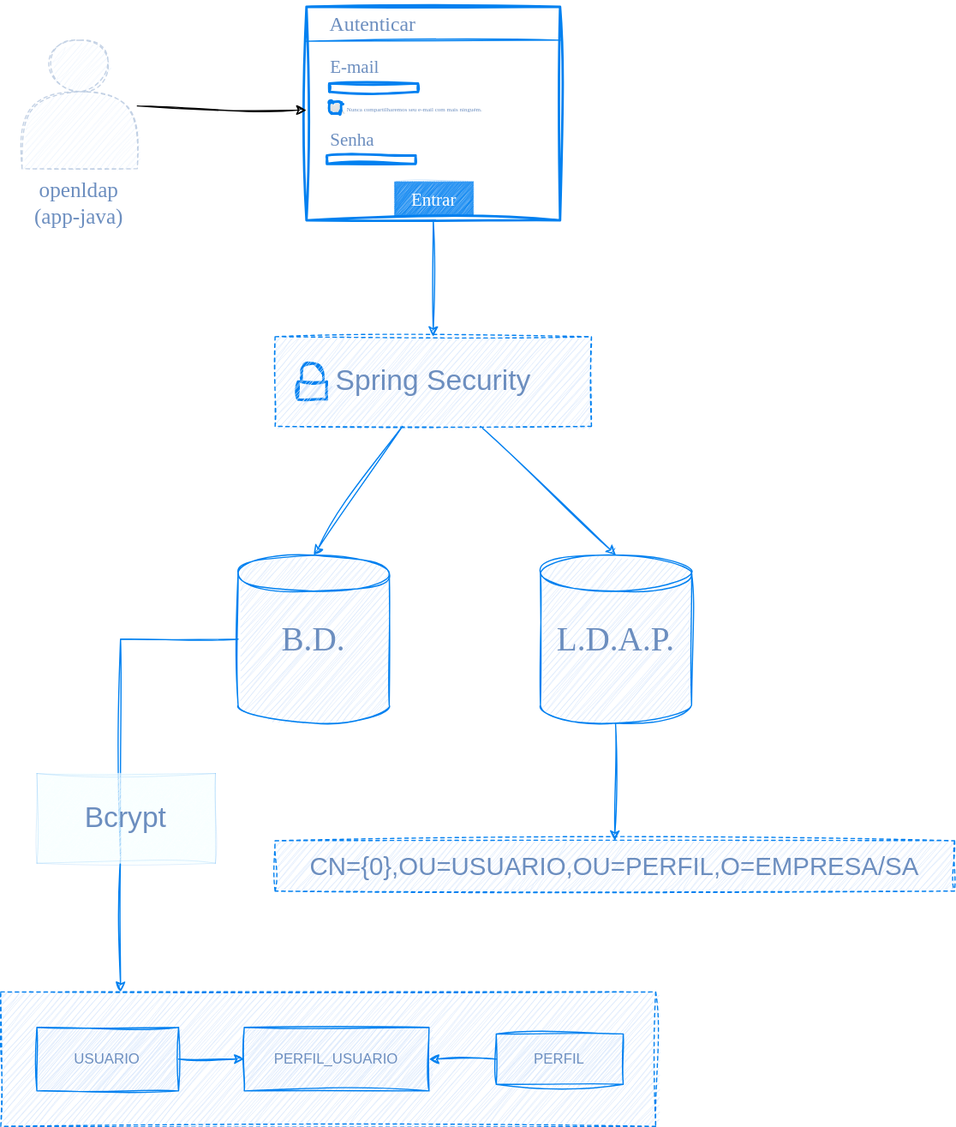
The draw.io diagram openldap/arquitetura.drawio.svg in ramiralvesmelo/spring-boot-projetos, before a commit. Source tidied: cells renumbered, new cells last; positions are measured from the earlier drawing's top-left corner, leaving out a move shared by most shapes.
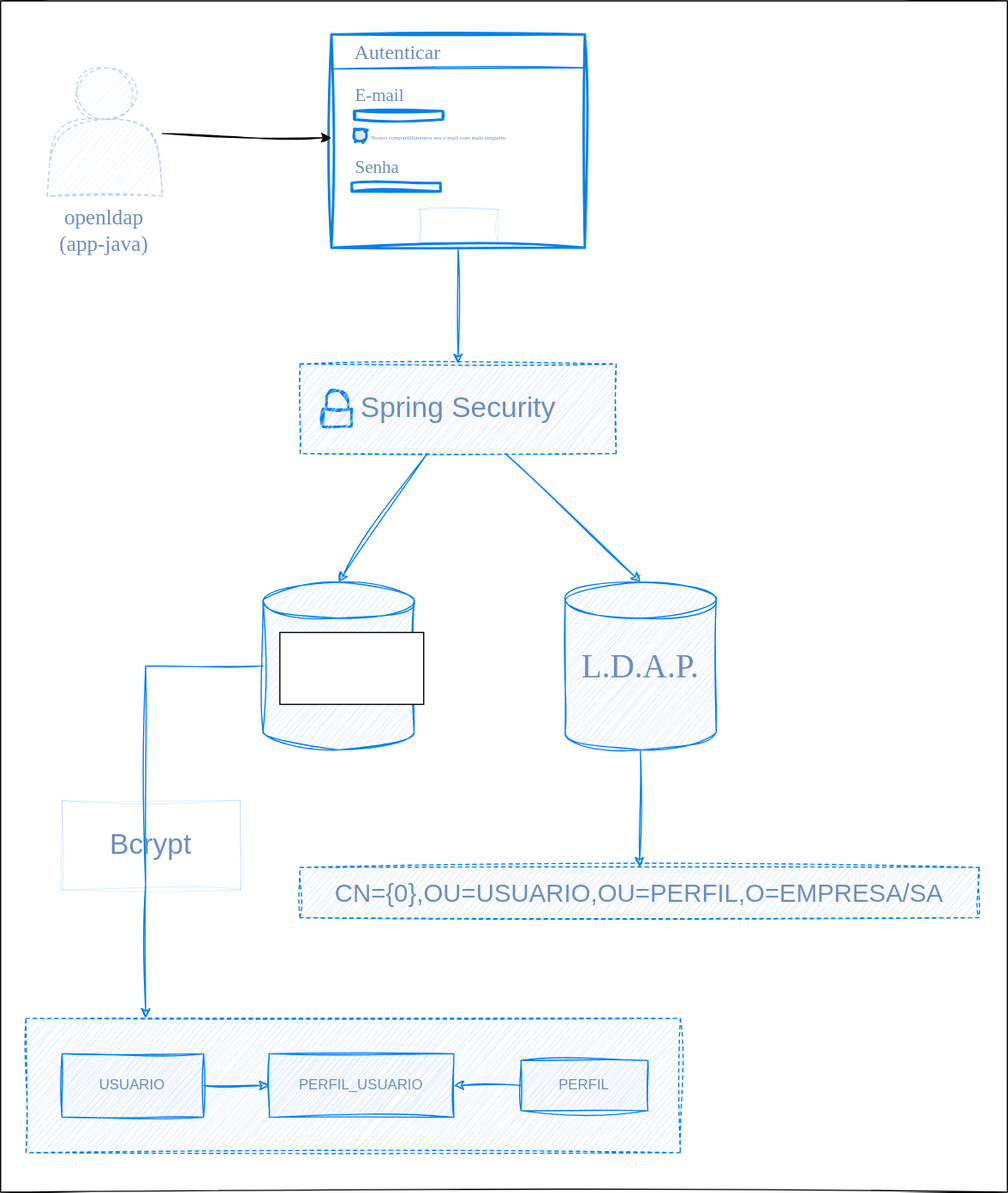
After the change.

What changed in the source:
```diff
@@ -2,8 +2,11 @@
   <root>
     <mxCell id="0" />
     <mxCell id="1" parent="0" />
+    <mxCell id="31" style="rounded=0;whiteSpace=wrap;html=1;sketch=1;curveFitting=1;jiggle=2;fillStyle=solid;" parent="1" vertex="1">
+      <mxGeometry x="-21" y="-23" width="840" height="994" as="geometry" />
+    </mxCell>
     <mxCell id="2" style="rounded=0;whiteSpace=wrap;html=1;shadow=0;strokeWidth=1;fillColor=#DAE8FC;arcSize=0;strokeColor=#0080F0;fontColor=#6C8EBF;dashed=1;sketch=1;curveFitting=1;jiggle=2;" parent="1" vertex="1">
-      <mxGeometry x="0.2" y="826" width="546" height="112" as="geometry" />
+      <mxGeometry x="0.1" y="826" width="546" height="112" as="geometry" />
     </mxCell>
     <mxCell id="3" style="rounded=0;whiteSpace=wrap;html=1;shadow=0;strokeWidth=2;fillColor=none;fontFamily=Comic Sans MS;strokeColor=#0080F0;fontColor=#6C8EBF;sketch=1;curveFitting=1;jiggle=2;" parent="1" vertex="1">
       <mxGeometry x="274" y="69" width="74" height="7" as="geometry" />
@@ -95,5 +98,8 @@
     <mxCell id="30" value="&lt;font style=&quot;font-size: 24px;&quot;&gt;Bcrypt&lt;br&gt;&lt;/font&gt;" style="rounded=0;whiteSpace=wrap;html=1;shadow=0;strokeWidth=0;fillColor=#F4FBFC;arcSize=0;strokeColor=#0080F0;fontColor=#6C8EBF;dashed=1;sketch=1;curveFitting=1;jiggle=2;" parent="1" vertex="1">
       <mxGeometry x="30.3" y="644" width="148.8" height="74.8" as="geometry" />
     </mxCell>
+    <mxCell id="32" style="rounded=0;whiteSpace=wrap;html=1;" parent="1" vertex="1">
+      <mxGeometry x="212" y="504" width="120" height="60" as="geometry" />
+    </mxCell>
   </root>
 </mxGraphModel>
```
